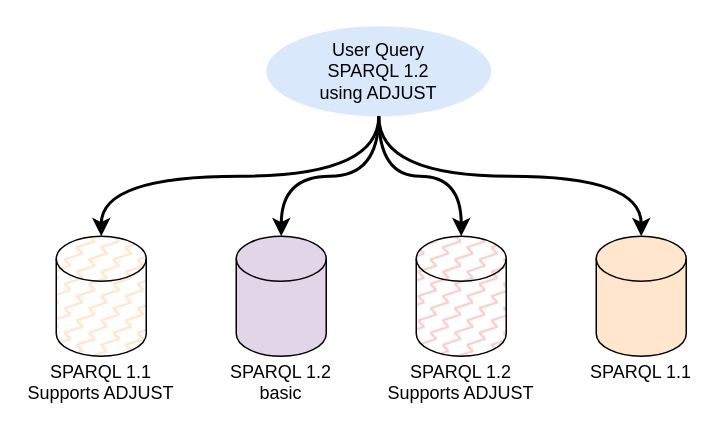
This is page "federation" (2 of 2) of content/img/traqula.drawio from Michiel-VandeVelde/Thesis, a draw.io file, before an edit. Source tidied: cells renumbered, new cells numbered last; positions are measured from the earlier drawing's top-left corner, leaving out a move shared by most shapes. Both pictures are drawn from the tidied source at 150%, with x=0, y=0 at pixel (26, 26).
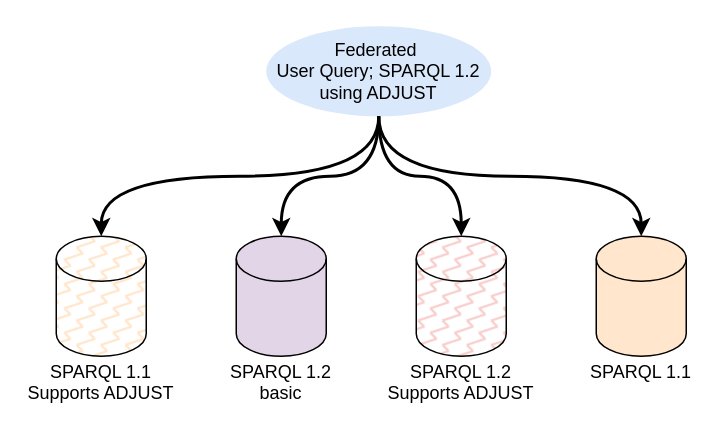
Above is the later version.

The edit, as a diff of the source:
```diff
@@
 <mxGraphModel>
   <root>
     <mxCell id="0" />
     <mxCell id="1" parent="0" />
-    <mxCell id="2" value="User Query&lt;br&gt;SPARQL 1.2&lt;br&gt;using ADJUST" style="ellipse;whiteSpace=wrap;html=1;fillColor=#dae8fc;strokeColor=none;" parent="1" vertex="1">
+    <mxCell id="2" value="Federated&amp;nbsp;&lt;br&gt;User Query; SPARQL 1.2&lt;br&gt;using ADJUST" style="ellipse;whiteSpace=wrap;html=1;fillColor=#dae8fc;strokeColor=none;" parent="1" vertex="1">
       <mxGeometry x="160" width="150" height="60" as="geometry" />
     </mxCell>
     <mxCell id="3" style="edgeStyle=orthogonalEdgeStyle;rounded=0;jettySize=auto;html=1;entryX=0.5;entryY=0;entryDx=0;entryDy=0;entryPerimeter=0;curved=1;exitX=0.5;exitY=1;exitDx=0;exitDy=0;strokeWidth=2;" parent="1" edge="1" source="2" target="9">
       <mxGeometry relative="1" as="geometry" />
     </mxCell>
     <mxCell id="4" style="edgeStyle=orthogonalEdgeStyle;rounded=0;jettySize=auto;html=1;entryX=0.5;entryY=0;entryDx=0;entryDy=0;entryPerimeter=0;strokeWidth=2;curved=1;" parent="1" edge="1" source="2" target="8">
       <mxGeometry relative="1" as="geometry" />
     </mxCell>
     <mxCell id="5" style="edgeStyle=orthogonalEdgeStyle;rounded=0;jettySize=auto;html=1;entryX=0.5;entryY=0;entryDx=0;entryDy=0;entryPerimeter=0;curved=1;exitX=0.5;exitY=1;exitDx=0;exitDy=0;strokeWidth=2;" parent="1" edge="1" source="2" target="7">
       <mxGeometry relative="1" as="geometry" />
     </mxCell>
     <mxCell id="6" style="edgeStyle=orthogonalEdgeStyle;rounded=0;jettySize=auto;html=1;entryX=0.5;entryY=0;entryDx=0;entryDy=0;entryPerimeter=0;curved=1;strokeWidth=2;exitX=0.5;exitY=1;exitDx=0;exitDy=0;" parent="1" edge="1" source="2" target="13">
       <mxGeometry relative="1" as="geometry" />
     </mxCell>
     <mxCell id="7" style="shape=cylinder3;whiteSpace=wrap;html=1;boundedLbl=1;backgroundOutline=1;size=15;fillColor=#ffe6cc;strokeColor=default;shadow=0;fillStyle=zigzag-line;" parent="1" vertex="1">
       <mxGeometry x="20" y="140" width="60" height="80" as="geometry" />
     </mxCell>
     <mxCell id="8" style="shape=cylinder3;whiteSpace=wrap;html=1;boundedLbl=1;backgroundOutline=1;size=15;fillColor=#e1d5e7;strokeColor=default;" parent="1" vertex="1">
       <mxGeometry x="140" y="140" width="60" height="80" as="geometry" />
     </mxCell>
     <mxCell id="9" style="shape=cylinder3;whiteSpace=wrap;html=1;boundedLbl=1;backgroundOutline=1;size=15;fillColor=#f8cecc;strokeColor=default;fillStyle=zigzag-line;" parent="1" vertex="1">
       <mxGeometry x="260" y="140" width="60" height="80" as="geometry" />
     </mxCell>
     <mxCell id="10" value="&lt;div&gt;SPARQL 1.1&lt;/div&gt;Supports ADJUST" style="text;html=1;whiteSpace=wrap;strokeColor=none;fillColor=none;align=center;verticalAlign=top;rounded=0;" parent="1" vertex="1">
       <mxGeometry y="217" width="100" height="30" as="geometry" />
     </mxCell>
     <mxCell id="11" value="SPARQL 1.2 basic" style="text;html=1;whiteSpace=wrap;strokeColor=none;fillColor=none;align=center;verticalAlign=top;rounded=0;" parent="1" vertex="1">
       <mxGeometry x="120" y="217" width="100" height="30" as="geometry" />
     </mxCell>
     <mxCell id="12" value="&lt;div&gt;SPARQL 1.2&lt;/div&gt;Supports ADJUST" style="text;html=1;whiteSpace=wrap;strokeColor=none;fillColor=none;align=center;verticalAlign=top;rounded=0;" parent="1" vertex="1">
       <mxGeometry x="240" y="217" width="100" height="30" as="geometry" />
     </mxCell>
     <mxCell id="13" style="shape=cylinder3;whiteSpace=wrap;html=1;boundedLbl=1;backgroundOutline=1;size=15;fillColor=#ffe6cc;strokeColor=default;" parent="1" vertex="1">
       <mxGeometry x="380" y="140" width="60" height="80" as="geometry" />
     </mxCell>
     <mxCell id="14" value="SPARQL 1.1" style="text;html=1;whiteSpace=wrap;strokeColor=none;fillColor=none;align=center;verticalAlign=top;rounded=0;" parent="1" vertex="1">
       <mxGeometry x="375" y="217" width="70" height="30" as="geometry" />
     </mxCell>
   </root>
 </mxGraphModel>
```
